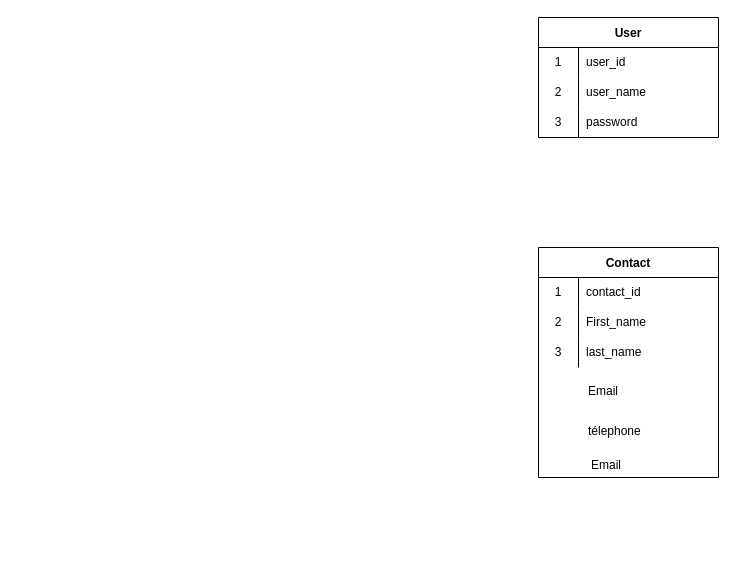
The draw.io diagram MLD.drawio in emminyell/Brief2_sprint3, before the edit. Source tidied: cells renumbered, new cells numbered last; positions are measured from the earlier drawing's top-left corner, leaving out a move shared by most shapes. Both pictures are drawn from the tidied source at 100%, with x=0, y=0 at pixel (538, 17).
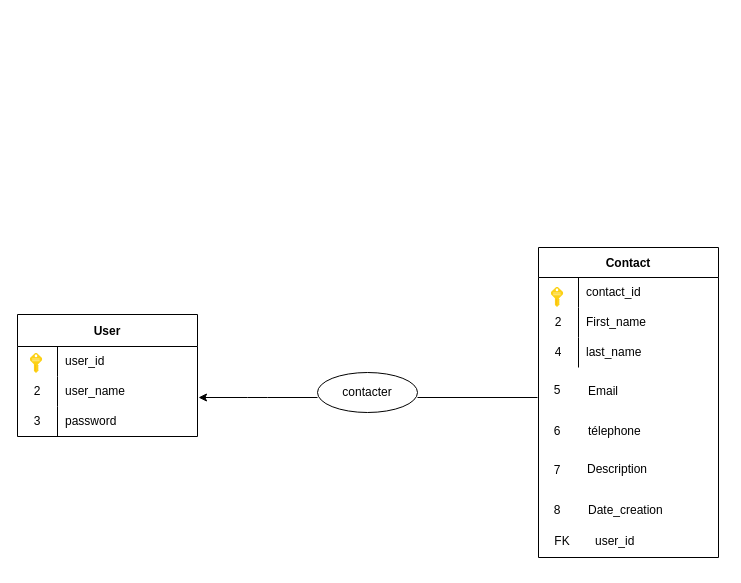
The same page after the edit.

The change refers to these unchanged cells:
```xml
<mxCell id="13" style="shape=tableRow;horizontal=0;startSize=0;swimlaneHead=0;swimlaneBody=0;top=0;left=0;bottom=0;right=0;fillColor=none;" parent="12" vertex="1">
  <mxGeometry y="30" width="180" height="30" as="geometry" />
</mxCell>
<mxCell id="19" style="shape=tableRow;horizontal=0;startSize=0;swimlaneHead=0;swimlaneBody=0;top=0;left=0;bottom=0;right=0;fillColor=none;" parent="12" vertex="1">
  <mxGeometry y="90" width="180" height="30" as="geometry" />
</mxCell>
```

Change to the diagram source:
```diff
@@
-    <mxCell id="2" value="User" style="shape=table;startSize=30;childLayout=tableLayout;rowLines=0;fontStyle=1;" parent="1" vertex="1">
-      <mxGeometry width="180" height="120" as="geometry" />
+    <mxCell id="2" value="User" style="shape=table;startSize=32;childLayout=tableLayout;rowLines=0;fontStyle=1;" parent="1" vertex="1">
+      <mxGeometry x="-521" y="297" width="180" height="122" as="geometry" />
     </mxCell>
     <mxCell id="3" style="shape=tableRow;horizontal=0;startSize=0;swimlaneHead=0;swimlaneBody=0;top=0;left=0;bottom=0;right=0;fillColor=none;" parent="2" vertex="1">
-      <mxGeometry y="30" width="180" height="30" as="geometry" />
+      <mxGeometry y="32" width="180" height="30" as="geometry" />
     </mxCell>
-    <mxCell id="4" value="1" style="shape=partialRectangle;html=1;whiteSpace=wrap;fillColor=none;top=0;left=0;bottom=0;right=0;overflow=hidden;" parent="3" vertex="1">
+    <mxCell id="4" style="shape=partialRectangle;html=1;whiteSpace=wrap;fillColor=none;top=0;left=0;bottom=0;right=0;overflow=hidden;" parent="3" vertex="1">
       <mxGeometry width="40" height="30" as="geometry" />
     </mxCell>
@@
     <mxCell id="6" style="shape=tableRow;horizontal=0;startSize=0;swimlaneHead=0;swimlaneBody=0;top=0;left=0;bottom=0;right=0;fillColor=none;" parent="2" vertex="1">
-      <mxGeometry y="60" width="180" height="30" as="geometry" />
+      <mxGeometry y="62" width="180" height="30" as="geometry" />
     </mxCell>
@@
     <mxCell id="9" style="shape=tableRow;horizontal=0;startSize=0;swimlaneHead=0;swimlaneBody=0;top=0;left=0;bottom=0;right=0;fillColor=none;" parent="2" vertex="1">
-      <mxGeometry y="90" width="180" height="30" as="geometry" />
+      <mxGeometry y="92" width="180" height="30" as="geometry" />
     </mxCell>
@@
     <mxCell id="12" value="Contact" style="shape=table;startSize=30;childLayout=tableLayout;rowLines=0;fontStyle=1;" parent="1" vertex="1">
-      <mxGeometry y="230" width="180" height="230" as="geometry" />
+      <mxGeometry y="230" width="180" height="310" as="geometry" />
     </mxCell>
@@
-    <mxCell id="14" value="1" style="shape=partialRectangle;html=1;whiteSpace=wrap;fillColor=none;top=0;left=0;bottom=0;right=0;overflow=hidden;" parent="13" vertex="1">
+    <mxCell id="14" style="shape=partialRectangle;html=1;whiteSpace=wrap;fillColor=none;top=0;left=0;bottom=0;right=0;overflow=hidden;" parent="13" vertex="1">
       <mxGeometry width="40" height="30" as="geometry" />
     </mxCell>
@@
-    <mxCell id="20" value="3" style="shape=partialRectangle;html=1;whiteSpace=wrap;fillColor=none;top=0;left=0;bottom=0;right=0;overflow=hidden;" parent="19" vertex="1">
+    <mxCell id="20" value="4" style="shape=partialRectangle;html=1;whiteSpace=wrap;fillColor=none;top=0;left=0;bottom=0;right=0;overflow=hidden;" parent="19" vertex="1">
       <mxGeometry width="40" height="30" as="geometry" />
     </mxCell>
@@
-    <mxCell id="24" value="Email" style="shape=partialRectangle;html=1;whiteSpace=wrap;fillColor=none;top=0;left=0;bottom=0;right=0;align=left;spacingLeft=6;overflow=hidden;" parent="1" vertex="1">
-      <mxGeometry x="45" y="433" width="140" height="30" as="geometry" />
+    <mxCell id="24" value="Description" style="shape=partialRectangle;html=1;whiteSpace=wrap;fillColor=none;top=0;left=0;bottom=0;right=0;align=left;spacingLeft=6;overflow=hidden;" parent="1" vertex="1">
+      <mxGeometry x="41" y="437" width="140" height="30" as="geometry" />
     </mxCell>
+    <mxCell id="25" value="Date_creation" style="shape=partialRectangle;html=1;whiteSpace=wrap;fillColor=none;top=0;left=0;bottom=0;right=0;align=left;spacingLeft=6;overflow=hidden;" parent="1" vertex="1">
+      <mxGeometry x="42" y="478" width="140" height="30" as="geometry" />
+    </mxCell>
+    <mxCell id="26" value="5" style="shape=partialRectangle;html=1;whiteSpace=wrap;fillColor=none;top=0;left=0;bottom=0;right=0;overflow=hidden;" parent="1" vertex="1">
+      <mxGeometry x="-1" y="358" width="40" height="30" as="geometry" />
+    </mxCell>
+    <mxCell id="27" value="6" style="shape=partialRectangle;html=1;whiteSpace=wrap;fillColor=none;top=0;left=0;bottom=0;right=0;overflow=hidden;" parent="1" vertex="1">
+      <mxGeometry x="-1" y="399" width="40" height="30" as="geometry" />
+    </mxCell>
+    <mxCell id="28" value="7" style="shape=partialRectangle;html=1;whiteSpace=wrap;fillColor=none;top=0;left=0;bottom=0;right=0;overflow=hidden;" parent="1" vertex="1">
+      <mxGeometry x="-1" y="438" width="40" height="30" as="geometry" />
+    </mxCell>
+    <mxCell id="29" value="8" style="shape=partialRectangle;html=1;whiteSpace=wrap;fillColor=none;top=0;left=0;bottom=0;right=0;overflow=hidden;" parent="1" vertex="1">
+      <mxGeometry x="-1" y="478" width="40" height="30" as="geometry" />
+    </mxCell>
+    <mxCell id="30" style="sketch=0;html=1;align=center;image;fontSize=12;image=img/lib/mscae/Key.svg;" parent="1" vertex="1">
+      <mxGeometry x="12.8" y="270" width="12.4" height="20" as="geometry" />
+    </mxCell>
+    <mxCell id="31" style="sketch=0;html=1;align=center;image;fontSize=12;image=img/lib/mscae/Key.svg;" parent="1" vertex="1">
+      <mxGeometry x="-508.2" y="336" width="12.4" height="20" as="geometry" />
+    </mxCell>
+    <mxCell id="32" style="shape=table;startSize=0;childLayout=tableLayout;rowLines=0;fontStyle=0;align=center;strokeColor=none;fillColor=none;" parent="1" vertex="1">
+      <mxGeometry x="-1" y="508" width="180" height="40" as="geometry" />
+    </mxCell>
+    <mxCell id="33" style="shape=tableRow;horizontal=0;startSize=0;swimlaneHead=0;swimlaneBody=0;fillColor=none;top=0;left=0;right=0;bottom=0;" parent="32" vertex="1">
+      <mxGeometry width="180" height="30" as="geometry" />
+    </mxCell>
+    <mxCell id="34" value="FK" style="shape=partialRectangle;fillColor=none;top=0;left=0;bottom=0;right=0;fontStyle=0;overflow=hidden;" parent="33" vertex="1">
+      <mxGeometry width="50" height="30" as="geometry" />
+    </mxCell>
+    <mxCell id="35" value="user_id" style="shape=partialRectangle;fillColor=none;top=0;left=0;bottom=0;right=0;align=left;spacingLeft=6;fontStyle=0;overflow=hidden;" parent="33" vertex="1">
+      <mxGeometry x="50" width="130" height="30" as="geometry" />
+    </mxCell>
+    <mxCell id="36" value="contacter" style="ellipse;whiteSpace=wrap;html=1;align=center;newEdgeStyle={&quot;edgeStyle&quot;:&quot;entityRelationEdgeStyle&quot;,&quot;startArrow&quot;:&quot;none&quot;,&quot;endArrow&quot;:&quot;none&quot;,&quot;segment&quot;:10,&quot;curved&quot;:1,&quot;sourcePerimeterSpacing&quot;:0,&quot;targetPerimeterSpacing&quot;:0};" parent="1" vertex="1">
+      <mxGeometry x="-221" y="355" width="100" height="40" as="geometry" />
+    </mxCell>
+    <mxCell id="37" style="endArrow=classic;html=1;" parent="1" edge="1">
+      <mxGeometry relative="1" as="geometry">
+        <mxPoint x="-221" y="380" as="sourcePoint" />
+        <mxPoint x="-340" y="380" as="targetPoint" />
+        <Array as="points">
+          <mxPoint x="-281" y="380" />
+        </Array>
+      </mxGeometry>
+    </mxCell>
+    <mxCell id="38" style="endArrow=none;html=1;" parent="1" edge="1">
+      <mxGeometry relative="1" as="geometry">
+        <mxPoint x="-121" y="380" as="sourcePoint" />
+        <mxPoint x="-1" y="380" as="targetPoint" />
+      </mxGeometry>
+    </mxCell>
```
